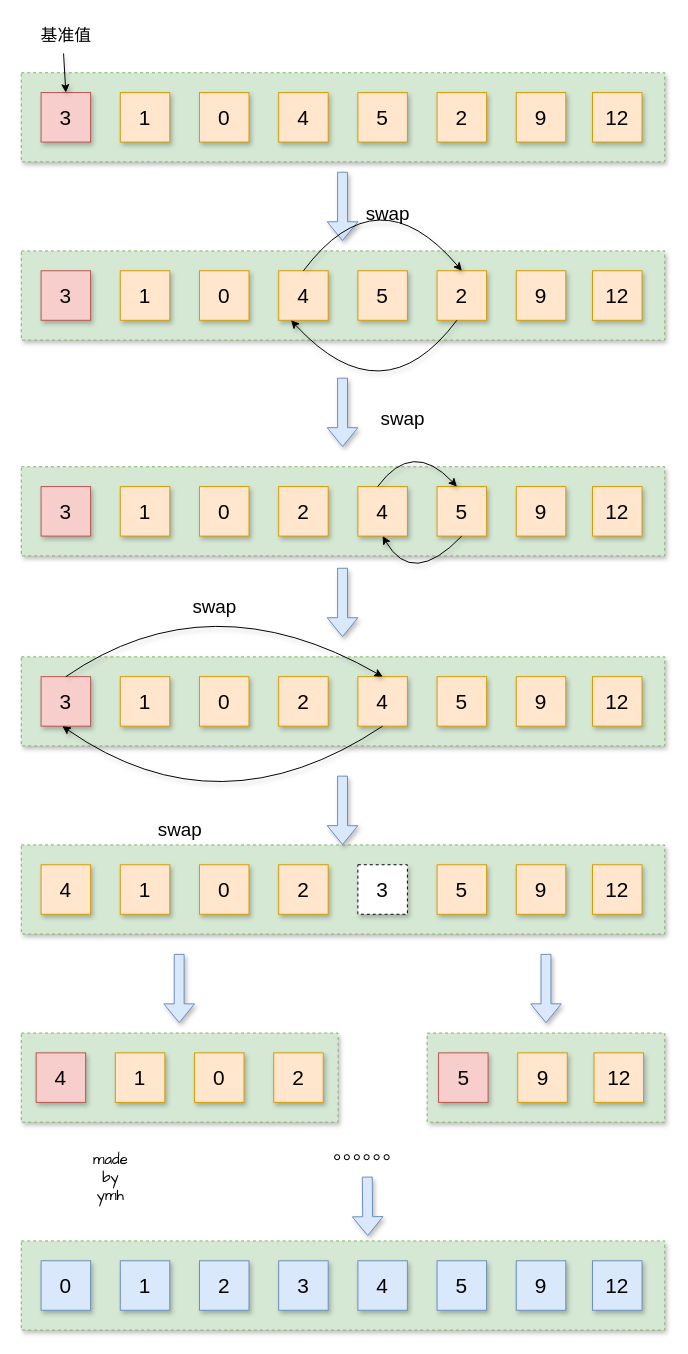
Before: page "第 1 页" (1 of 2) of sort.drawio in xbzd315/picdata, a draw.io diagram. Source tidied: cells renumbered, new cells numbered last; positions are measured from the earlier drawing's top-left corner, leaving out a move shared by most shapes. Both pictures are drawn from the tidied source at 99%, with x=0, y=0 at pixel (21, 21).
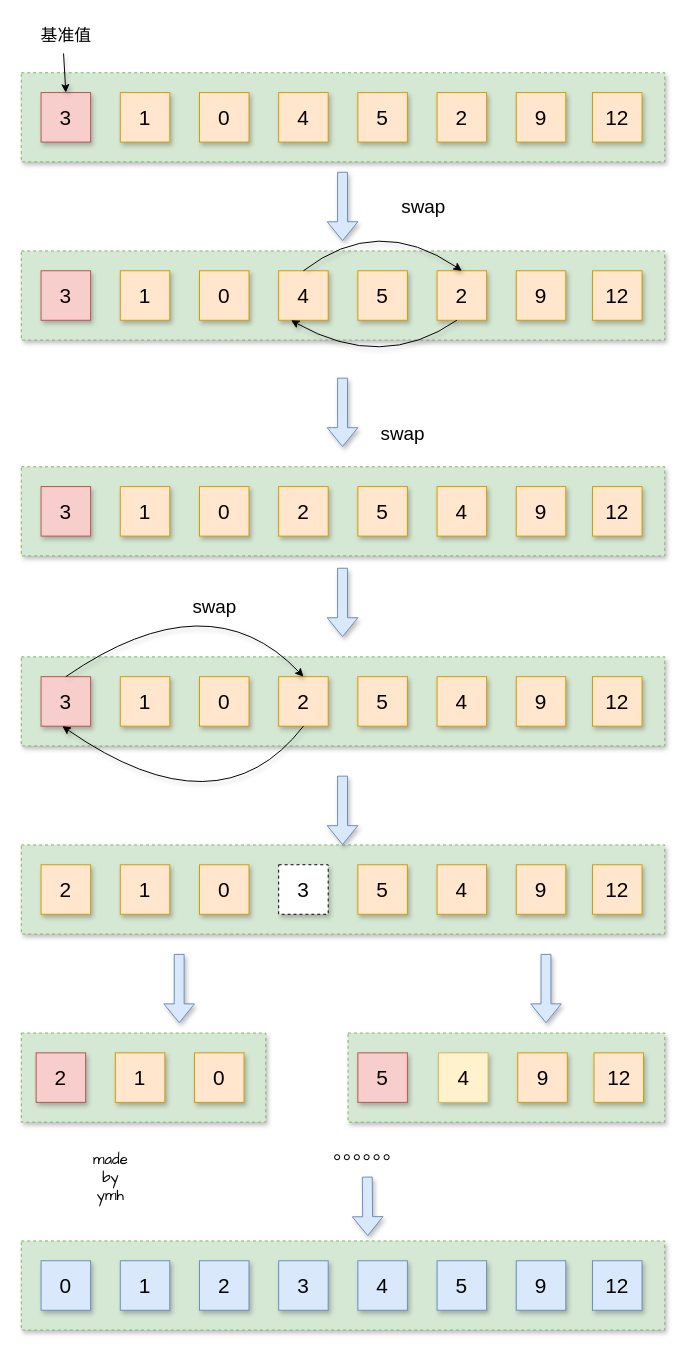
The same diagram, later.

Unchanged cells that the change refers to:
```xml
<mxCell id="17" value="&lt;font style=&quot;font-size: 21px;&quot;&gt;4&lt;/font&gt;" style="whiteSpace=wrap;html=1;fillColor=#ffe6cc;strokeColor=#d79b00;shadow=1;" parent="1" vertex="1">
  <mxGeometry x="260" y="252" width="50" height="50" as="geometry" />
</mxCell>
<mxCell id="19" value="&lt;span style=&quot;font-size: 21px;&quot;&gt;2&lt;/span&gt;" style="whiteSpace=wrap;html=1;fillColor=#ffe6cc;strokeColor=#d79b00;shadow=1;" parent="1" vertex="1">
  <mxGeometry x="420" y="252" width="50" height="50" as="geometry" />
</mxCell>
<mxCell id="74" value="&lt;span style=&quot;font-size: 21px;&quot;&gt;2&lt;/span&gt;" style="whiteSpace=wrap;html=1;fillColor=#ffe6cc;strokeColor=#d79b00;shadow=1;" parent="1" vertex="1">
  <mxGeometry x="260" y="662" width="50" height="50" as="geometry" />
</mxCell>
```

What changed in the source:
```diff
@@
     <mxCell id="23" style="endArrow=classic;html=1;rounded=0;exitX=0.5;exitY=0;exitDx=0;exitDy=0;entryX=0.5;entryY=0;entryDx=0;entryDy=0;curved=1;shadow=1;" parent="1" edge="1" source="17" target="19">
       <mxGeometry relative="1" as="geometry">
         <Array as="points">
-          <mxPoint x="360" y="152" />
+          <mxPoint x="360" y="194" />
         </Array>
       </mxGeometry>
     </mxCell>
     <mxCell id="24" style="endArrow=classic;html=1;rounded=0;entryX=0.25;entryY=1;entryDx=0;entryDy=0;curved=1;shadow=1;" parent="1" edge="1" target="17">
       <mxGeometry relative="1" as="geometry">
         <mxPoint x="440" y="302" as="sourcePoint" />
         <Array as="points">
-          <mxPoint x="365" y="402" />
+          <mxPoint x="365" y="354" />
         </Array>
       </mxGeometry>
     </mxCell>
     <mxCell id="25" value="&lt;font style=&quot;font-size: 19px;&quot;&gt;swap&lt;/font&gt;" style="text;html=1;align=center;verticalAlign=middle;strokeColor=none;fillColor=none;shadow=1;" parent="1" vertex="1">
-      <mxGeometry x="335" y="175" width="70" height="40" as="geometry" />
+      <mxGeometry x="371" y="168" width="70" height="40" as="geometry" />
     </mxCell>
@@
-    <mxCell id="31" value="&lt;font style=&quot;font-size: 21px;&quot;&gt;4&lt;/font&gt;" style="whiteSpace=wrap;html=1;fillColor=#ffe6cc;strokeColor=#d79b00;shadow=1;" parent="1" vertex="1">
+    <mxCell id="31" value="&lt;font style=&quot;font-size: 21px;&quot;&gt;5&lt;/font&gt;" style="whiteSpace=wrap;html=1;fillColor=#ffe6cc;strokeColor=#d79b00;shadow=1;" parent="1" vertex="1">
       <mxGeometry x="340" y="470" width="50" height="50" as="geometry" />
     </mxCell>
-    <mxCell id="32" value="&lt;span style=&quot;font-size: 21px;&quot;&gt;5&lt;/span&gt;" style="whiteSpace=wrap;html=1;fillColor=#ffe6cc;strokeColor=#d79b00;shadow=1;" parent="1" vertex="1">
+    <mxCell id="32" value="&lt;span style=&quot;font-size: 21px;&quot;&gt;4&lt;/span&gt;" style="whiteSpace=wrap;html=1;fillColor=#ffe6cc;strokeColor=#d79b00;shadow=1;" parent="1" vertex="1">
       <mxGeometry x="420" y="470" width="50" height="50" as="geometry" />
     </mxCell>
@@
     <mxCell id="36" value="&lt;font style=&quot;font-size: 19px;&quot;&gt;swap&lt;/font&gt;" style="text;html=1;align=center;verticalAlign=middle;strokeColor=none;fillColor=none;shadow=1;" parent="1" vertex="1">
-      <mxGeometry x="350" y="382" width="70" height="40" as="geometry" />
+      <mxGeometry x="350" y="397" width="70" height="40" as="geometry" />
     </mxCell>
@@
-    <mxCell id="38" value="&lt;span style=&quot;font-size: 21px;&quot;&gt;4&lt;/span&gt;" style="whiteSpace=wrap;html=1;fillColor=#ffe6cc;strokeColor=#d79b00;shadow=1;" parent="1" vertex="1">
+    <mxCell id="38" value="&lt;span style=&quot;font-size: 21px;&quot;&gt;2&lt;/span&gt;" style="whiteSpace=wrap;html=1;fillColor=#ffe6cc;strokeColor=#d79b00;shadow=1;" parent="1" vertex="1">
       <mxGeometry x="20" y="852" width="50" height="50" as="geometry" />
     </mxCell>
@@
-    <mxCell id="41" value="&lt;span style=&quot;font-size: 21px;&quot;&gt;2&lt;/span&gt;" style="whiteSpace=wrap;html=1;fillColor=#ffe6cc;strokeColor=#d79b00;shadow=1;" parent="1" vertex="1">
-      <mxGeometry x="260" y="852" width="50" height="50" as="geometry" />
+    <mxCell id="41" value="&lt;span style=&quot;font-size: 21px;&quot;&gt;5&lt;/span&gt;" style="whiteSpace=wrap;html=1;fillColor=#ffe6cc;strokeColor=#d79b00;shadow=1;" parent="1" vertex="1">
+      <mxGeometry x="340" y="852" width="50" height="50" as="geometry" />
     </mxCell>
     <mxCell id="42" value="&lt;span style=&quot;font-size: 21px;&quot;&gt;3&lt;/span&gt;" style="whiteSpace=wrap;html=1;dashed=1;shadow=1;" parent="1" vertex="1">
-      <mxGeometry x="340" y="852" width="50" height="50" as="geometry" />
+      <mxGeometry x="260" y="852" width="50" height="50" as="geometry" />
     </mxCell>
-    <mxCell id="43" value="&lt;span style=&quot;font-size: 21px;&quot;&gt;5&lt;/span&gt;" style="whiteSpace=wrap;html=1;fillColor=#ffe6cc;strokeColor=#d79b00;shadow=1;" parent="1" vertex="1">
+    <mxCell id="43" value="&lt;span style=&quot;font-size: 21px;&quot;&gt;4&lt;/span&gt;" style="whiteSpace=wrap;html=1;fillColor=#ffe6cc;strokeColor=#d79b00;shadow=1;" parent="1" vertex="1">
       <mxGeometry x="420" y="852" width="50" height="50" as="geometry" />
     </mxCell>
@@
-    <mxCell id="47" value="&lt;font style=&quot;font-size: 19px;&quot;&gt;swap&lt;/font&gt;" style="text;html=1;align=center;verticalAlign=middle;strokeColor=none;fillColor=none;shadow=1;" parent="1" vertex="1">
-      <mxGeometry x="125" y="797" width="70" height="40" as="geometry" />
-    </mxCell>
@@
     <mxCell id="49" style="rounded=0;whiteSpace=wrap;html=1;dashed=1;fillColor=#d5e8d4;strokeColor=#82b366;shadow=1;" parent="1" vertex="1">
-      <mxGeometry y="1022" width="320" height="90" as="geometry" />
+      <mxGeometry y="1022" width="247" height="90" as="geometry" />
     </mxCell>
-    <mxCell id="50" value="&lt;span style=&quot;font-size: 21px;&quot;&gt;4&lt;/span&gt;" style="whiteSpace=wrap;html=1;fillColor=#f8cecc;strokeColor=#b85450;shadow=1;" parent="1" vertex="1">
+    <mxCell id="50" value="&lt;span style=&quot;font-size: 21px;&quot;&gt;2&lt;/span&gt;" style="whiteSpace=wrap;html=1;fillColor=#f8cecc;strokeColor=#b85450;shadow=1;" parent="1" vertex="1">
       <mxGeometry x="15" y="1042" width="50" height="50" as="geometry" />
     </mxCell>
@@
-    <mxCell id="53" value="&lt;span style=&quot;font-size: 21px;&quot;&gt;2&lt;/span&gt;" style="whiteSpace=wrap;html=1;fillColor=#ffe6cc;strokeColor=#d79b00;shadow=1;" parent="1" vertex="1">
-      <mxGeometry x="255" y="1042" width="50" height="50" as="geometry" />
-    </mxCell>
     <mxCell id="54" style="rounded=0;whiteSpace=wrap;html=1;dashed=1;fillColor=#d5e8d4;strokeColor=#82b366;shadow=1;" parent="1" vertex="1">
-      <mxGeometry x="410" y="1022" width="240" height="90" as="geometry" />
+      <mxGeometry x="330" y="1022" width="320" height="90" as="geometry" />
     </mxCell>
-    <mxCell id="55" value="&lt;span style=&quot;font-size: 21px;&quot;&gt;5&lt;/span&gt;" style="whiteSpace=wrap;html=1;fillColor=#f8cecc;strokeColor=#b85450;shadow=1;" parent="1" vertex="1">
+    <mxCell id="55" value="&lt;span style=&quot;font-size: 21px;&quot;&gt;4&lt;/span&gt;" style="whiteSpace=wrap;html=1;fillColor=#fff2cc;strokeColor=#d6b656;shadow=1;" parent="1" vertex="1">
       <mxGeometry x="421.5" y="1042" width="50" height="50" as="geometry" />
     </mxCell>
@@
-    <mxCell id="75" value="&lt;span style=&quot;font-size: 21px;&quot;&gt;4&lt;/span&gt;" style="whiteSpace=wrap;html=1;fillColor=#ffe6cc;strokeColor=#d79b00;shadow=1;" parent="1" vertex="1">
+    <mxCell id="75" value="&lt;span style=&quot;font-size: 21px;&quot;&gt;5&lt;/span&gt;" style="whiteSpace=wrap;html=1;fillColor=#ffe6cc;strokeColor=#d79b00;shadow=1;" parent="1" vertex="1">
       <mxGeometry x="340" y="662" width="50" height="50" as="geometry" />
     </mxCell>
-    <mxCell id="76" value="&lt;span style=&quot;font-size: 21px;&quot;&gt;5&lt;/span&gt;" style="whiteSpace=wrap;html=1;fillColor=#ffe6cc;strokeColor=#d79b00;shadow=1;" parent="1" vertex="1">
+    <mxCell id="76" value="&lt;span style=&quot;font-size: 21px;&quot;&gt;4&lt;/span&gt;" style="whiteSpace=wrap;html=1;fillColor=#ffe6cc;strokeColor=#d79b00;shadow=1;" parent="1" vertex="1">
       <mxGeometry x="420" y="662" width="50" height="50" as="geometry" />
     </mxCell>
@@
-    <mxCell id="80" style="endArrow=classic;html=1;rounded=0;exitX=0.5;exitY=0;exitDx=0;exitDy=0;entryX=0.5;entryY=0;entryDx=0;entryDy=0;curved=1;shadow=1;" parent="1" edge="1">
-      <mxGeometry relative="1" as="geometry">
-        <mxPoint x="360" y="470" as="sourcePoint" />
-        <mxPoint x="440" y="470" as="targetPoint" />
-        <Array as="points">
-          <mxPoint x="395" y="422" />
-        </Array>
-      </mxGeometry>
-    </mxCell>
-    <mxCell id="81" style="endArrow=classic;html=1;rounded=0;exitX=0.5;exitY=1;exitDx=0;exitDy=0;curved=1;entryX=0.5;entryY=1;entryDx=0;entryDy=0;shadow=1;" parent="1" edge="1" source="32" target="31">
-      <mxGeometry relative="1" as="geometry">
-        <Array as="points">
-          <mxPoint x="395" y="572" />
-        </Array>
-      </mxGeometry>
-    </mxCell>
-    <mxCell id="82" style="endArrow=classic;html=1;rounded=0;exitX=0.5;exitY=0;exitDx=0;exitDy=0;entryX=0.5;entryY=0;entryDx=0;entryDy=0;curved=1;shadow=1;" parent="1" edge="1" target="75">
+    <mxCell id="82" style="endArrow=classic;html=1;rounded=0;exitX=0.5;exitY=0;exitDx=0;exitDy=0;entryX=0.5;entryY=0;entryDx=0;entryDy=0;curved=1;shadow=1;" parent="1" edge="1" target="74">
       <mxGeometry relative="1" as="geometry">
         <mxPoint x="45" y="662" as="sourcePoint" />
         <Array as="points">
           <mxPoint x="190" y="562" />
         </Array>
       </mxGeometry>
     </mxCell>
-    <mxCell id="83" style="endArrow=classic;html=1;rounded=0;entryX=0.25;entryY=1;entryDx=0;entryDy=0;curved=1;exitX=0.5;exitY=1;exitDx=0;exitDy=0;shadow=1;" parent="1" edge="1" source="75">
+    <mxCell id="83" style="endArrow=classic;html=1;rounded=0;entryX=0.25;entryY=1;entryDx=0;entryDy=0;curved=1;exitX=0.5;exitY=1;exitDx=0;exitDy=0;shadow=1;" parent="1" edge="1" source="74">
       <mxGeometry relative="1" as="geometry">
         <mxPoint x="41.5" y="712" as="targetPoint" />
         <Array as="points">
           <mxPoint x="200" y="822" />
         </Array>
       </mxGeometry>
     </mxCell>
@@
+    <mxCell id="86" value="&lt;span style=&quot;font-size: 21px;&quot;&gt;5&lt;/span&gt;" style="whiteSpace=wrap;html=1;fillColor=#f8cecc;strokeColor=#b85450;shadow=1;" parent="1" vertex="1">
+      <mxGeometry x="340" y="1042" width="50" height="50" as="geometry" />
+    </mxCell>
```
